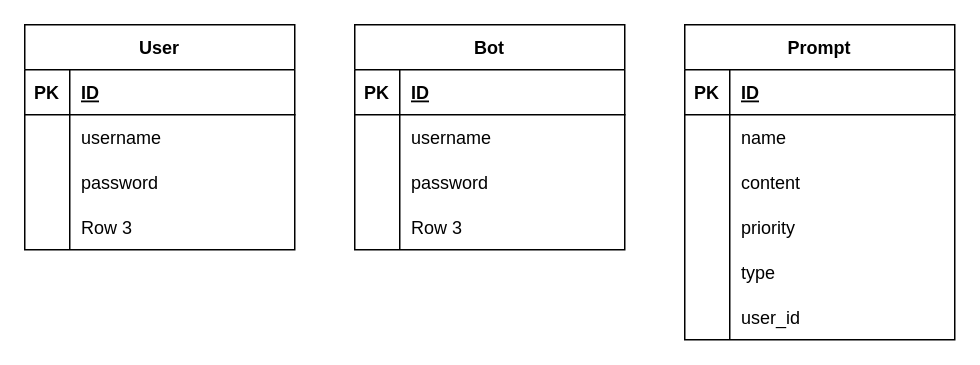
This is AI ERD.drawio from andrew-atef/andrew-atef, a draw.io file, before an edit. Source tidied: cells renumbered, new cells numbered last; positions are measured from the earlier drawing's top-left corner, leaving out a move shared by most shapes. Both pictures are drawn from the tidied source at 150%, with x=0, y=0 at pixel (24, 24).
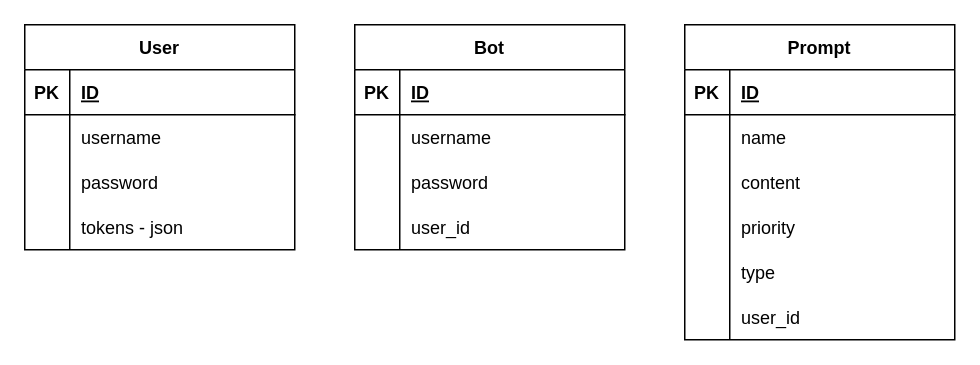
The same diagram, later.

Unchanged cells that the change refers to:
```xml
<mxCell id="12" style="shape=tableRow;horizontal=0;startSize=0;swimlaneHead=0;swimlaneBody=0;fillColor=none;top=0;left=0;right=0;bottom=0;" parent="2" vertex="1">
  <mxGeometry y="120" width="180" height="30" as="geometry" />
</mxCell>
<mxCell id="44" style="shape=tableRow;horizontal=0;startSize=0;swimlaneHead=0;swimlaneBody=0;fillColor=none;top=0;left=0;right=0;bottom=0;" parent="34" vertex="1">
  <mxGeometry y="120" width="180" height="30" as="geometry" />
</mxCell>
```

Diff of the diagram source:
```diff
@@
-    <mxCell id="14" value="Row 3" style="shape=partialRectangle;fillColor=none;top=0;left=0;bottom=0;right=0;align=left;spacingLeft=6;overflow=hidden;" parent="12" vertex="1">
+    <mxCell id="14" value="tokens - json" style="shape=partialRectangle;fillColor=none;top=0;left=0;bottom=0;right=0;align=left;spacingLeft=6;overflow=hidden;" parent="12" vertex="1">
       <mxGeometry x="30" width="150" height="30" as="geometry" />
     </mxCell>
@@
-    <mxCell id="46" value="Row 3" style="shape=partialRectangle;fillColor=none;top=0;left=0;bottom=0;right=0;align=left;spacingLeft=6;overflow=hidden;" parent="44" vertex="1">
+    <mxCell id="46" value="user_id" style="shape=partialRectangle;fillColor=none;top=0;left=0;bottom=0;right=0;align=left;spacingLeft=6;overflow=hidden;" parent="44" vertex="1">
       <mxGeometry x="30" width="150" height="30" as="geometry" />
     </mxCell>
```
